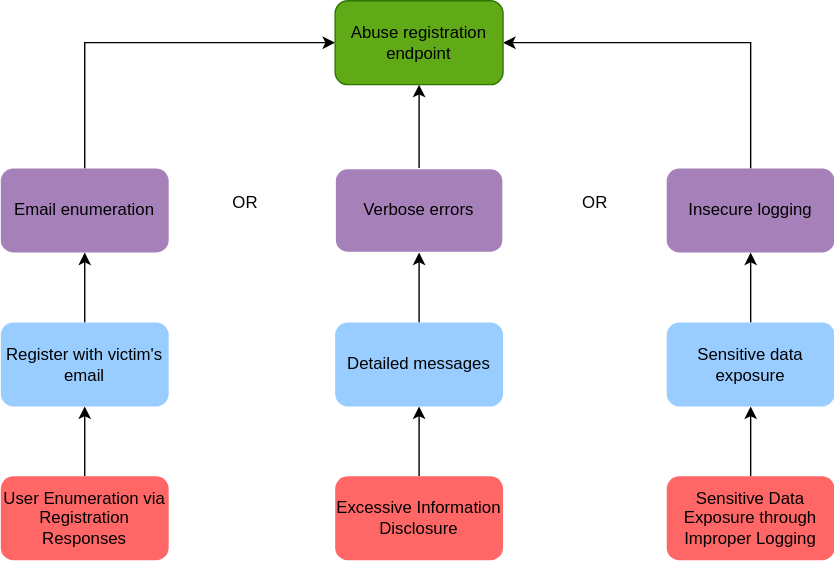
The draw.io diagram docs/attack-trees/diogo1221223/images/Register_Unauthenticated_User-v2.drawio.svg in mei-desofs/desofs2026-thu_crr_1, before a commit. Source tidied: cells renumbered, new cells last; positions are measured from the earlier drawing's top-left corner, leaving out a move shared by most shapes.
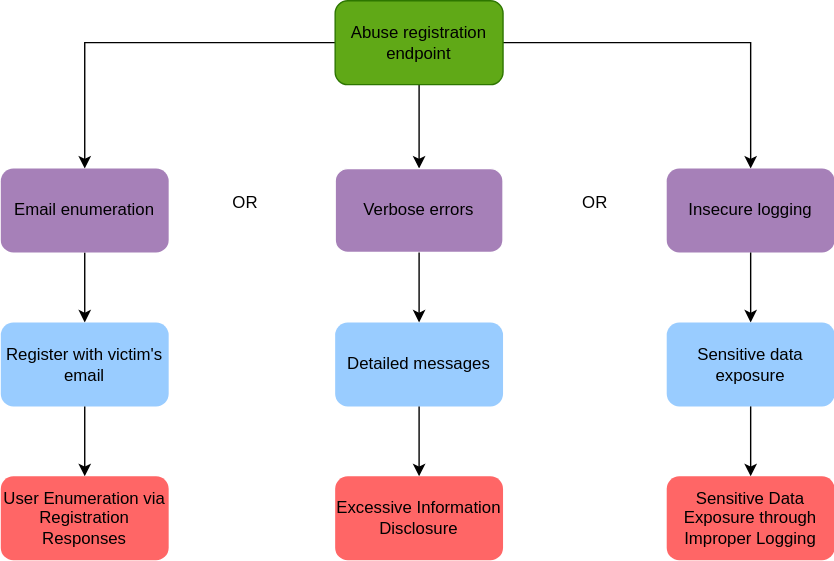
After the commit.

The edit, as a diff of the source:
```diff
@@ -2,20 +2,20 @@
   <root>
     <mxCell id="0" />
     <mxCell id="1" parent="0" />
-    <mxCell id="2" style="edgeStyle=orthogonalEdgeStyle;rounded=0;jettySize=auto;html=1;exitX=0.5;exitY=0;exitDx=0;exitDy=0;entryX=0;entryY=0.5;entryDx=0;entryDy=0;fontColor=light-dark(#000000,#000000);" parent="1" edge="1" source="7" target="6">
+    <mxCell id="2" style="edgeStyle=orthogonalEdgeStyle;rounded=0;jettySize=auto;html=1;exitX=0.5;exitY=0;exitDx=0;exitDy=0;entryX=0;entryY=0.5;entryDx=0;entryDy=0;fontColor=light-dark(#000000,#000000);startArrow=classic;startFill=1;endArrow=none;endFill=0;" parent="1" edge="1" source="7" target="6">
       <mxGeometry relative="1" as="geometry">
         <Array as="points">
           <mxPoint x="60" y="30" />
         </Array>
       </mxGeometry>
     </mxCell>
-    <mxCell id="3" style="edgeStyle=orthogonalEdgeStyle;rounded=0;jettySize=auto;html=1;exitX=0.5;exitY=0;exitDx=0;exitDy=0;entryX=0.5;entryY=1;entryDx=0;entryDy=0;fontColor=light-dark(#000000,#000000);" parent="1" edge="1" source="8" target="6">
+    <mxCell id="3" style="edgeStyle=orthogonalEdgeStyle;rounded=0;jettySize=auto;html=1;exitX=0.5;exitY=0;exitDx=0;exitDy=0;entryX=0.5;entryY=1;entryDx=0;entryDy=0;fontColor=light-dark(#000000,#000000);startArrow=classic;startFill=1;endArrow=none;endFill=0;" parent="1" edge="1" source="8" target="6">
       <mxGeometry relative="1" as="geometry" />
     </mxCell>
-    <mxCell id="4" style="edgeStyle=orthogonalEdgeStyle;rounded=0;jettySize=auto;html=1;exitX=0.5;exitY=0;exitDx=0;exitDy=0;entryX=1;entryY=0.5;entryDx=0;entryDy=0;fontColor=light-dark(#000000,#000000);" parent="1" edge="1" source="9" target="6">
+    <mxCell id="4" style="edgeStyle=orthogonalEdgeStyle;rounded=0;jettySize=auto;html=1;exitX=0.5;exitY=0;exitDx=0;exitDy=0;entryX=1;entryY=0.5;entryDx=0;entryDy=0;fontColor=light-dark(#000000,#000000);startArrow=classic;startFill=1;endArrow=none;endFill=0;" parent="1" edge="1" source="9" target="6">
       <mxGeometry relative="1" as="geometry" />
     </mxCell>
-    <mxCell id="5" style="edgeStyle=orthogonalEdgeStyle;rounded=0;jettySize=auto;html=1;exitX=0.5;exitY=0;exitDx=0;exitDy=0;fontColor=light-dark(#000000,#000000);" parent="1" edge="1" source="10">
+    <mxCell id="5" style="edgeStyle=orthogonalEdgeStyle;rounded=0;jettySize=auto;html=1;exitX=0.5;exitY=0;exitDx=0;exitDy=0;fontColor=light-dark(#000000,#000000);startArrow=classic;startFill=1;endArrow=none;endFill=0;" parent="1" edge="1" source="10">
       <mxGeometry relative="1" as="geometry">
         <mxPoint x="60" y="180" as="targetPoint" />
         <Array as="points">
@@ -45,7 +45,7 @@
     <mxCell id="12" value="OR" style="text;html=1;whiteSpace=wrap;strokeColor=none;fillColor=none;align=center;verticalAlign=middle;rounded=0;fontColor=light-dark(#000000,#FFFFFF);" parent="1" vertex="1">
       <mxGeometry x="395" y="130" width="60" height="30" as="geometry" />
     </mxCell>
-    <mxCell id="13" style="edgeStyle=orthogonalEdgeStyle;rounded=0;jettySize=auto;html=1;exitX=0.5;exitY=0;exitDx=0;exitDy=0;fontColor=light-dark(#000000,#000000);" parent="1" edge="1" source="14">
+    <mxCell id="13" style="edgeStyle=orthogonalEdgeStyle;rounded=0;jettySize=auto;html=1;exitX=0.5;exitY=0;exitDx=0;exitDy=0;fontColor=light-dark(#000000,#000000);startArrow=classic;startFill=1;endArrow=none;endFill=0;" parent="1" edge="1" source="14">
       <mxGeometry relative="1" as="geometry">
         <mxPoint x="299" y="180" as="targetPoint" />
         <Array as="points">
@@ -57,7 +57,7 @@
     <mxCell id="14" value="Detailed messages" style="rounded=1;whiteSpace=wrap;html=1;fillColor=#99CCFF;align=center;strokeColor=none;fontColor=light-dark(#000000,#000000);" parent="1" vertex="1">
       <mxGeometry x="239" y="230" width="120" height="60" as="geometry" />
     </mxCell>
-    <mxCell id="15" style="edgeStyle=orthogonalEdgeStyle;rounded=0;jettySize=auto;html=1;exitX=0.5;exitY=0;exitDx=0;exitDy=0;fontColor=light-dark(#000000,#000000);" parent="1" edge="1" source="16">
+    <mxCell id="15" style="edgeStyle=orthogonalEdgeStyle;rounded=0;jettySize=auto;html=1;exitX=0.5;exitY=0;exitDx=0;exitDy=0;fontColor=light-dark(#000000,#000000);startArrow=classic;startFill=1;endArrow=none;endFill=0;" parent="1" edge="1" source="16">
       <mxGeometry relative="1" as="geometry">
         <mxPoint x="536" y="180" as="targetPoint" />
         <Array as="points">
@@ -69,19 +69,19 @@
     <mxCell id="16" value="Sensitive data exposure" style="rounded=1;whiteSpace=wrap;html=1;fillColor=#99CCFF;align=center;strokeColor=none;fontColor=light-dark(#000000,#000000);" parent="1" vertex="1">
       <mxGeometry x="476" y="230" width="120" height="60" as="geometry" />
     </mxCell>
-    <mxCell id="17" style="edgeStyle=orthogonalEdgeStyle;rounded=0;jettySize=auto;html=1;" parent="1" edge="1" source="18" target="10">
+    <mxCell id="17" style="edgeStyle=orthogonalEdgeStyle;rounded=0;jettySize=auto;html=1;startArrow=classic;startFill=1;endArrow=none;endFill=0;" parent="1" edge="1" source="18" target="10">
       <mxGeometry relative="1" as="geometry" />
     </mxCell>
     <mxCell id="18" value="User Enumeration via Registration Responses" style="rounded=1;whiteSpace=wrap;html=1;fillColor=#FF6666;strokeColor=none;fontColor=light-dark(#000000,#000000);" parent="1" vertex="1">
       <mxGeometry y="340" width="120" height="60" as="geometry" />
     </mxCell>
-    <mxCell id="19" style="edgeStyle=orthogonalEdgeStyle;rounded=0;jettySize=auto;html=1;" parent="1" edge="1" source="20" target="14">
+    <mxCell id="19" style="edgeStyle=orthogonalEdgeStyle;rounded=0;jettySize=auto;html=1;startArrow=classic;startFill=1;endArrow=none;endFill=0;" parent="1" edge="1" source="20" target="14">
       <mxGeometry relative="1" as="geometry" />
     </mxCell>
     <mxCell id="20" value="Excessive Information Disclosure" style="rounded=1;whiteSpace=wrap;html=1;fillColor=#FF6666;strokeColor=none;fontColor=light-dark(#000000,#000000);" parent="1" vertex="1">
       <mxGeometry x="239" y="340" width="120" height="60" as="geometry" />
     </mxCell>
-    <mxCell id="21" style="edgeStyle=orthogonalEdgeStyle;rounded=0;jettySize=auto;html=1;" parent="1" edge="1" source="22" target="16">
+    <mxCell id="21" style="edgeStyle=orthogonalEdgeStyle;rounded=0;jettySize=auto;html=1;startArrow=classic;startFill=1;endArrow=none;endFill=0;" parent="1" edge="1" source="22" target="16">
       <mxGeometry relative="1" as="geometry" />
     </mxCell>
     <mxCell id="22" value="Sensitive Data Exposure through Improper Logging" style="rounded=1;whiteSpace=wrap;html=1;fillColor=#FF6666;strokeColor=none;fontColor=light-dark(#000000,#000000);" parent="1" vertex="1">
```
